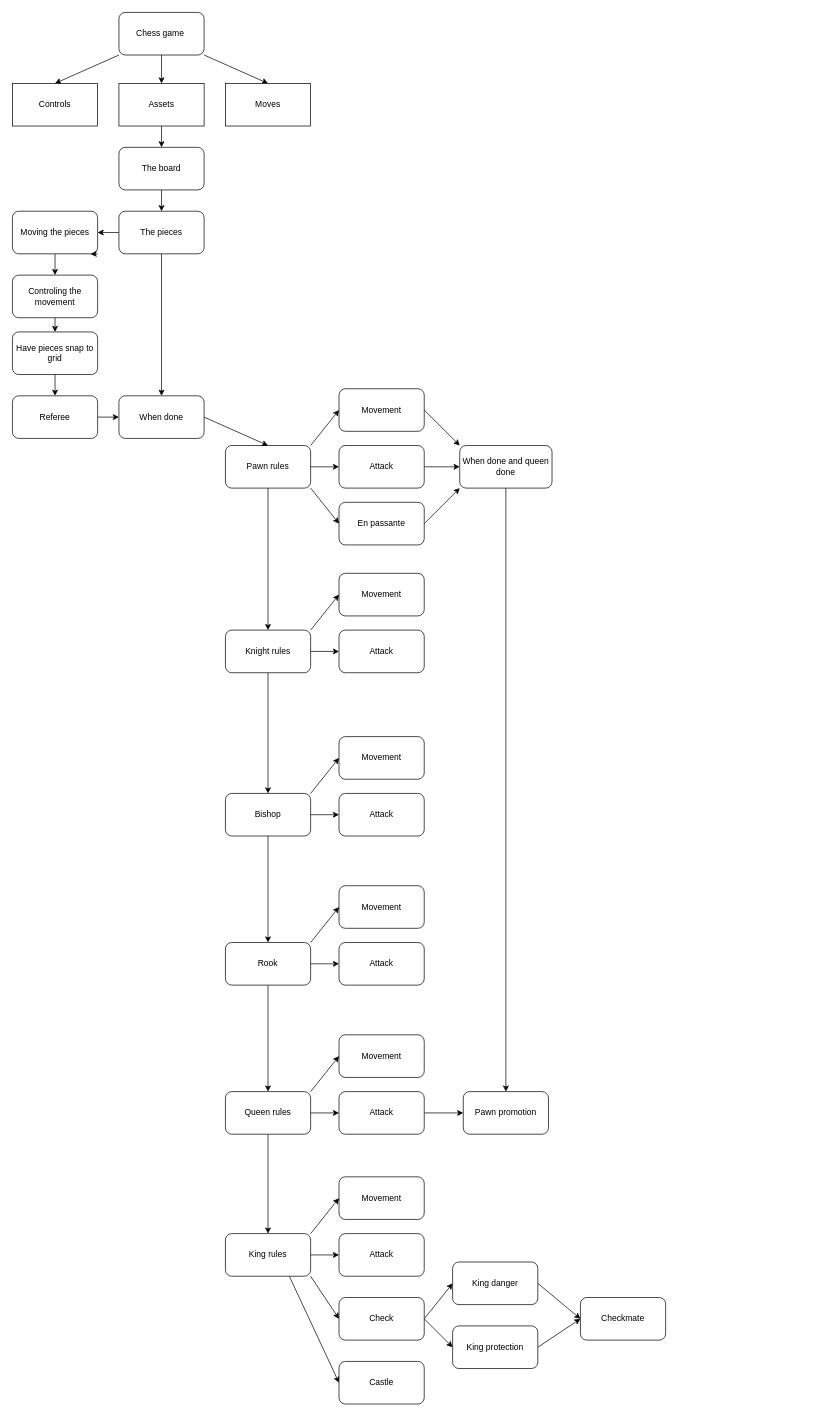
Before: plan.drawio in StolenMango/Chess-game, a draw.io diagram. Source tidied: cells renumbered, new cells numbered last; positions are measured from the earlier drawing's top-left corner, leaving out a move shared by most shapes. Both pictures are drawn from the tidied source at 71%, with x=0, y=0 at pixel (12, 12).
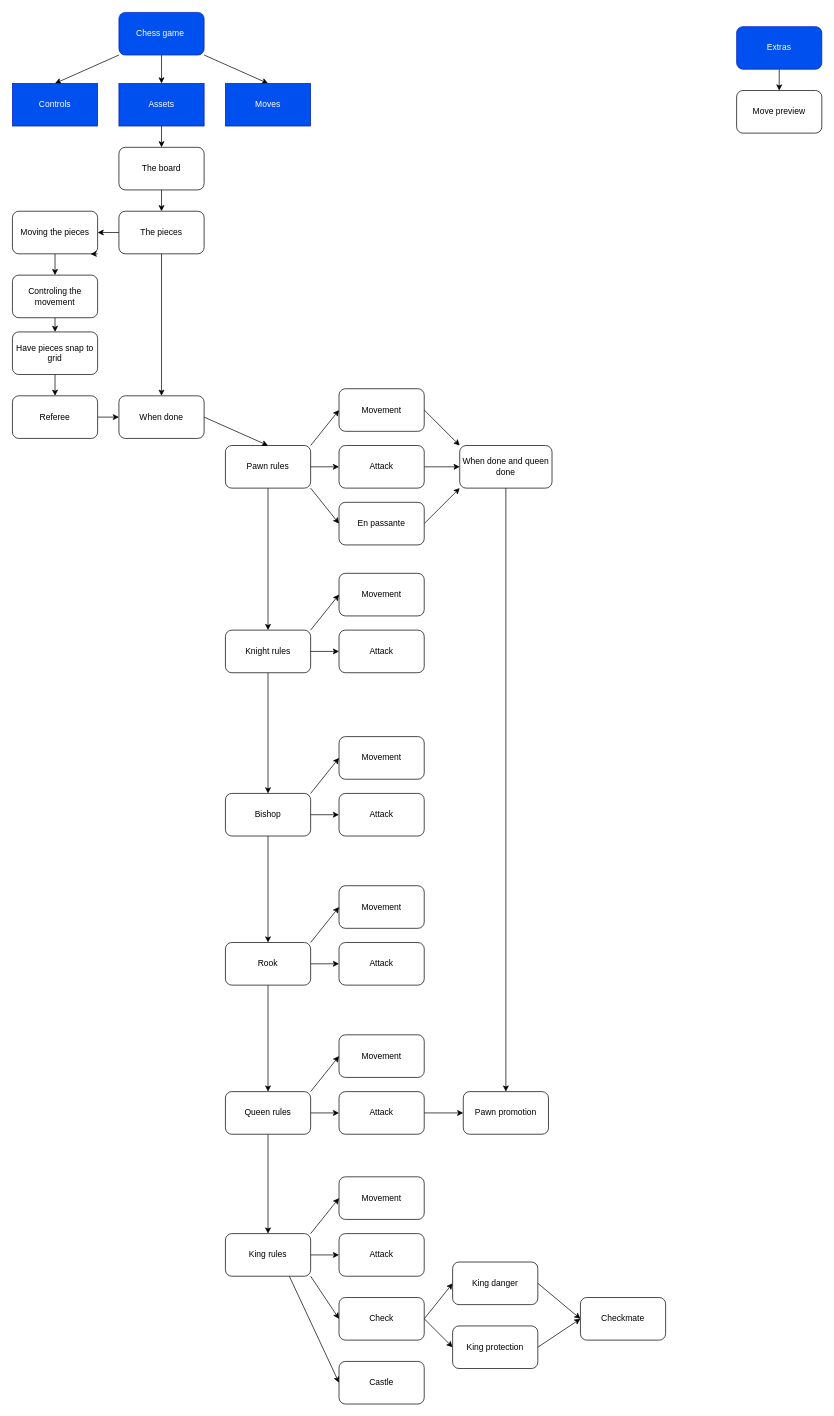
After the change.

Change to the diagram source:
```diff
@@
-    <mxCell id="5" value="Chess game&amp;nbsp;" style="rounded=1;whiteSpace=wrap;html=1;" parent="1" vertex="1">
+    <mxCell id="5" value="Chess game&amp;nbsp;" style="rounded=1;whiteSpace=wrap;html=1;fillColor=#0050ef;fontColor=#ffffff;strokeColor=#001DBC;" parent="1" vertex="1">
       <mxGeometry x="150" width="120" height="60" as="geometry" />
     </mxCell>
@@
-    <mxCell id="17" value="Controls" style="rounded=0;whiteSpace=wrap;html=1;" parent="1" vertex="1">
+    <mxCell id="17" value="Controls" style="rounded=0;whiteSpace=wrap;html=1;fillColor=#0050ef;fontColor=#ffffff;strokeColor=#001DBC;" parent="1" vertex="1">
       <mxGeometry y="100" width="120" height="60" as="geometry" />
     </mxCell>
@@
-    <mxCell id="19" value="Assets" style="rounded=0;whiteSpace=wrap;html=1;" parent="1" vertex="1">
+    <mxCell id="19" value="Assets" style="rounded=0;whiteSpace=wrap;html=1;fillColor=#0050ef;fontColor=#ffffff;strokeColor=#001DBC;" parent="1" vertex="1">
       <mxGeometry x="150" y="100" width="120" height="60" as="geometry" />
     </mxCell>
-    <mxCell id="20" value="Moves" style="rounded=0;whiteSpace=wrap;html=1;" parent="1" vertex="1">
+    <mxCell id="20" value="Moves" style="rounded=0;whiteSpace=wrap;html=1;fillColor=#0050ef;fontColor=#ffffff;strokeColor=#001DBC;" parent="1" vertex="1">
       <mxGeometry x="300" y="100" width="120" height="60" as="geometry" />
     </mxCell>
@@
+    <mxCell id="81" style="edgeStyle=none;html=1;exitX=0.5;exitY=1;exitDx=0;exitDy=0;entryX=0.5;entryY=0;entryDx=0;entryDy=0;" parent="1" edge="1" source="82" target="83">
+      <mxGeometry relative="1" as="geometry" />
+    </mxCell>
+    <mxCell id="82" value="Extras" style="rounded=1;whiteSpace=wrap;html=1;fillColor=#0050ef;fontColor=#ffffff;strokeColor=#001DBC;" parent="1" vertex="1">
+      <mxGeometry x="1020" y="20" width="120" height="60" as="geometry" />
+    </mxCell>
+    <mxCell id="83" value="Move preview" style="rounded=1;whiteSpace=wrap;html=1;" parent="1" vertex="1">
+      <mxGeometry x="1020" y="110" width="120" height="60" as="geometry" />
+    </mxCell>
```
